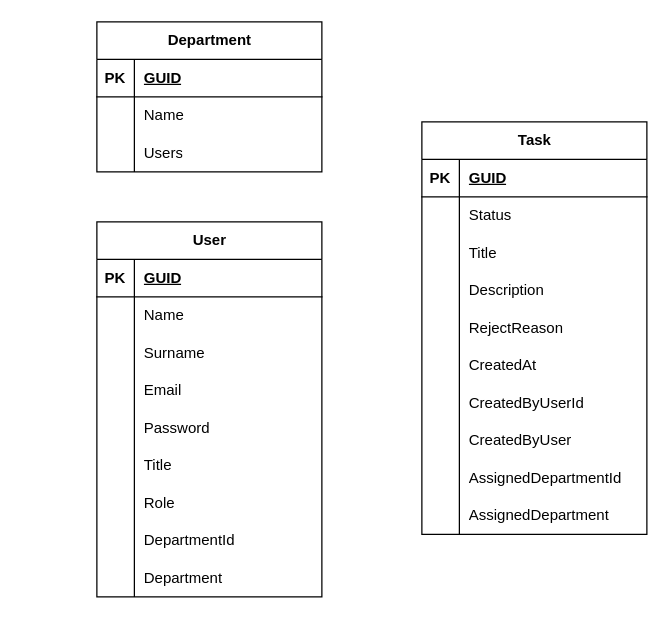
The draw.io diagram Diagrams/Entities.drawio in abdullahogul/TKTInternshipProject, before the edit. Source tidied: cells renumbered, new cells numbered last; positions are measured from the earlier drawing's top-left corner, leaving out a move shared by most shapes. Both pictures are drawn from the tidied source at 125%, with x=0, y=0 at pixel (96, 21).
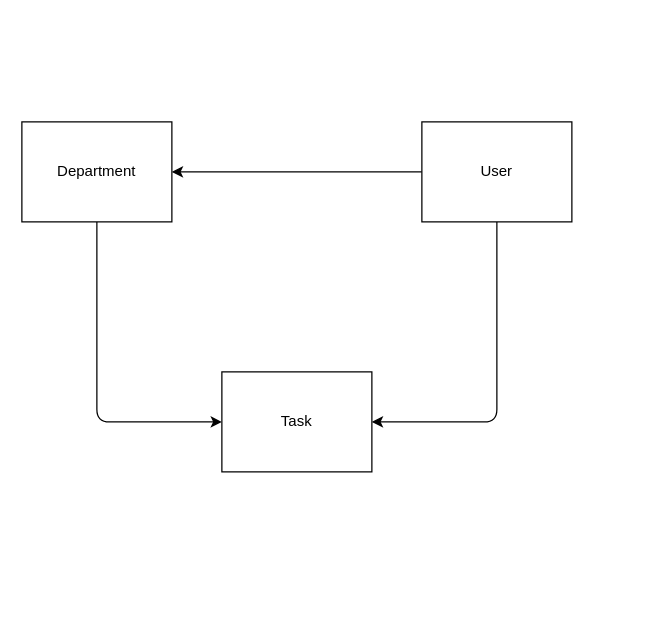
The same page after the edit.

What changed in the source:
```diff
@@
+    <mxCell id="73" style="edgeStyle=none;html=1;entryX=1;entryY=0.5;entryDx=0;entryDy=0;" parent="1" edge="1" source="2" target="76">
+      <mxGeometry relative="1" as="geometry" />
+    </mxCell>
+    <mxCell id="74" style="edgeStyle=none;html=1;entryX=1;entryY=0.5;entryDx=0;entryDy=0;" parent="1" edge="1" source="2" target="40">
+      <mxGeometry relative="1" as="geometry">
+        <Array as="points">
+          <mxPoint x="320" y="320" />
+        </Array>
+      </mxGeometry>
+    </mxCell>
-    <mxCell id="2" value="User" style="shape=table;startSize=30;childLayout=tableLayout;rowLines=0;fontStyle=1;align=center;html=1;" parent="1" vertex="1">
-      <mxGeometry y="160" width="180" height="300" as="geometry" />
+    <mxCell id="2" value="User" style="rounded=0;whiteSpace=wrap;html=1;" parent="1" vertex="1">
+      <mxGeometry x="260" y="80" width="120" height="80" as="geometry" />
     </mxCell>
-    <mxCell id="3" style="shape=tableRow;horizontal=0;startSize=0;swimlaneHead=0;swimlaneBody=0;fillColor=none;top=0;left=0;right=0;bottom=1;" parent="2" vertex="1">
-      <mxGeometry y="30" width="180" height="30" as="geometry" />
-    </mxCell>
-    <mxCell id="4" value="PK" style="shape=partialRectangle;fillColor=none;top=0;left=0;bottom=0;right=0;fontStyle=1;overflow=hidden;whiteSpace=wrap;html=1;" parent="3" vertex="1">
-      <mxGeometry width="30" height="30" as="geometry" />
-    </mxCell>
-    <mxCell id="5" value="GUID" style="shape=partialRectangle;fillColor=none;top=0;left=0;bottom=0;right=0;align=left;spacingLeft=6;fontStyle=5;overflow=hidden;whiteSpace=wrap;html=1;" parent="3" vertex="1">
-      <mxGeometry x="30" width="150" height="30" as="geometry" />
-    </mxCell>
-    <mxCell id="6" style="shape=tableRow;horizontal=0;startSize=0;swimlaneHead=0;swimlaneBody=0;fillColor=none;top=0;left=0;right=0;bottom=0;" parent="2" vertex="1">
-      <mxGeometry y="60" width="180" height="30" as="geometry" />
-    </mxCell>
-    <mxCell id="7" style="shape=partialRectangle;fillColor=none;top=0;left=0;bottom=0;right=0;overflow=hidden;whiteSpace=wrap;html=1;" parent="6" vertex="1">
-      <mxGeometry width="30" height="30" as="geometry" />
-    </mxCell>
-    <mxCell id="8" value="Name" style="shape=partialRectangle;fillColor=none;top=0;left=0;bottom=0;right=0;align=left;spacingLeft=6;overflow=hidden;whiteSpace=wrap;html=1;" parent="6" vertex="1">
-      <mxGeometry x="30" width="150" height="30" as="geometry" />
-    </mxCell>
-    <mxCell id="9" style="shape=tableRow;horizontal=0;startSize=0;swimlaneHead=0;swimlaneBody=0;fillColor=none;top=0;left=0;right=0;bottom=0;" parent="2" vertex="1">
-      <mxGeometry y="90" width="180" height="30" as="geometry" />
-    </mxCell>
-    <mxCell id="10" style="shape=partialRectangle;fillColor=none;top=0;left=0;bottom=0;right=0;overflow=hidden;whiteSpace=wrap;html=1;" parent="9" vertex="1">
-      <mxGeometry width="30" height="30" as="geometry" />
-    </mxCell>
-    <mxCell id="11" value="Surname" style="shape=partialRectangle;fillColor=none;top=0;left=0;bottom=0;right=0;align=left;spacingLeft=6;overflow=hidden;whiteSpace=wrap;html=1;" parent="9" vertex="1">
-      <mxGeometry x="30" width="150" height="30" as="geometry" />
-    </mxCell>
-    <mxCell id="12" style="shape=tableRow;horizontal=0;startSize=0;swimlaneHead=0;swimlaneBody=0;fillColor=none;top=0;left=0;right=0;bottom=0;" parent="2" vertex="1">
-      <mxGeometry y="120" width="180" height="30" as="geometry" />
-    </mxCell>
-    <mxCell id="13" style="shape=partialRectangle;fillColor=none;top=0;left=0;bottom=0;right=0;overflow=hidden;whiteSpace=wrap;html=1;" parent="12" vertex="1">
-      <mxGeometry width="30" height="30" as="geometry" />
-    </mxCell>
-    <mxCell id="14" value="Email" style="shape=partialRectangle;fillColor=none;top=0;left=0;bottom=0;right=0;align=left;spacingLeft=6;overflow=hidden;whiteSpace=wrap;html=1;" parent="12" vertex="1">
-      <mxGeometry x="30" width="150" height="30" as="geometry" />
-    </mxCell>
-    <mxCell id="15" style="shape=tableRow;horizontal=0;startSize=0;swimlaneHead=0;swimlaneBody=0;fillColor=none;top=0;left=0;right=0;bottom=0;" parent="2" vertex="1">
-      <mxGeometry y="150" width="180" height="30" as="geometry" />
-    </mxCell>
-    <mxCell id="16" style="shape=partialRectangle;fillColor=none;top=0;left=0;bottom=0;right=0;overflow=hidden;whiteSpace=wrap;html=1;" parent="15" vertex="1">
-      <mxGeometry width="30" height="30" as="geometry" />
-    </mxCell>
-    <mxCell id="17" value="Password" style="shape=partialRectangle;fillColor=none;top=0;left=0;bottom=0;right=0;align=left;spacingLeft=6;overflow=hidden;whiteSpace=wrap;html=1;" parent="15" vertex="1">
-      <mxGeometry x="30" width="150" height="30" as="geometry" />
-    </mxCell>
-    <mxCell id="18" style="shape=tableRow;horizontal=0;startSize=0;swimlaneHead=0;swimlaneBody=0;fillColor=none;top=0;left=0;right=0;bottom=0;" parent="2" vertex="1">
-      <mxGeometry y="180" width="180" height="30" as="geometry" />
-    </mxCell>
-    <mxCell id="19" style="shape=partialRectangle;fillColor=none;top=0;left=0;bottom=0;right=0;overflow=hidden;whiteSpace=wrap;html=1;" parent="18" vertex="1">
-      <mxGeometry width="30" height="30" as="geometry" />
-    </mxCell>
-    <mxCell id="20" value="Title" style="shape=partialRectangle;fillColor=none;top=0;left=0;bottom=0;right=0;align=left;spacingLeft=6;overflow=hidden;whiteSpace=wrap;html=1;" parent="18" vertex="1">
-      <mxGeometry x="30" width="150" height="30" as="geometry" />
-    </mxCell>
-    <mxCell id="21" style="shape=tableRow;horizontal=0;startSize=0;swimlaneHead=0;swimlaneBody=0;fillColor=none;top=0;left=0;right=0;bottom=0;" parent="2" vertex="1">
-      <mxGeometry y="210" width="180" height="30" as="geometry" />
-    </mxCell>
-    <mxCell id="22" style="shape=partialRectangle;fillColor=none;top=0;left=0;bottom=0;right=0;overflow=hidden;whiteSpace=wrap;html=1;" parent="21" vertex="1">
-      <mxGeometry width="30" height="30" as="geometry" />
-    </mxCell>
-    <mxCell id="23" value="Role" style="shape=partialRectangle;fillColor=none;top=0;left=0;bottom=0;right=0;align=left;spacingLeft=6;overflow=hidden;whiteSpace=wrap;html=1;" parent="21" vertex="1">
-      <mxGeometry x="30" width="150" height="30" as="geometry" />
-    </mxCell>
-    <mxCell id="24" style="shape=tableRow;horizontal=0;startSize=0;swimlaneHead=0;swimlaneBody=0;fillColor=none;top=0;left=0;right=0;bottom=0;" parent="2" vertex="1">
-      <mxGeometry y="240" width="180" height="30" as="geometry" />
-    </mxCell>
-    <mxCell id="25" style="shape=partialRectangle;fillColor=none;top=0;left=0;bottom=0;right=0;overflow=hidden;whiteSpace=wrap;html=1;" parent="24" vertex="1">
-      <mxGeometry width="30" height="30" as="geometry" />
-    </mxCell>
-    <mxCell id="26" value="DepartmentId" style="shape=partialRectangle;fillColor=none;top=0;left=0;bottom=0;right=0;align=left;spacingLeft=6;overflow=hidden;whiteSpace=wrap;html=1;" parent="24" vertex="1">
-      <mxGeometry x="30" width="150" height="30" as="geometry" />
-    </mxCell>
-    <mxCell id="27" style="shape=tableRow;horizontal=0;startSize=0;swimlaneHead=0;swimlaneBody=0;fillColor=none;top=0;left=0;right=0;bottom=0;" parent="2" vertex="1">
-      <mxGeometry y="270" width="180" height="30" as="geometry" />
-    </mxCell>
-    <mxCell id="28" style="shape=partialRectangle;fillColor=none;top=0;left=0;bottom=0;right=0;overflow=hidden;whiteSpace=wrap;html=1;" parent="27" vertex="1">
-      <mxGeometry width="30" height="30" as="geometry" />
-    </mxCell>
-    <mxCell id="29" value="Department" style="shape=partialRectangle;fillColor=none;top=0;left=0;bottom=0;right=0;align=left;spacingLeft=6;overflow=hidden;whiteSpace=wrap;html=1;" parent="27" vertex="1">
-      <mxGeometry x="30" width="150" height="30" as="geometry" />
-    </mxCell>
-    <mxCell id="30" value="Department" style="shape=table;startSize=30;childLayout=tableLayout;rowLines=0;fontStyle=1;align=center;html=1;" parent="1" vertex="1">
-      <mxGeometry width="180" height="120" as="geometry" />
-    </mxCell>
-    <mxCell id="31" style="shape=tableRow;horizontal=0;startSize=0;swimlaneHead=0;swimlaneBody=0;fillColor=none;top=0;left=0;right=0;bottom=1;" parent="30" vertex="1">
-      <mxGeometry y="30" width="180" height="30" as="geometry" />
-    </mxCell>
-    <mxCell id="32" value="PK" style="shape=partialRectangle;fillColor=none;top=0;left=0;bottom=0;right=0;fontStyle=1;overflow=hidden;whiteSpace=wrap;html=1;" parent="31" vertex="1">
-      <mxGeometry width="30" height="30" as="geometry" />
-    </mxCell>
-    <mxCell id="33" value="GUID" style="shape=partialRectangle;fillColor=none;top=0;left=0;bottom=0;right=0;align=left;spacingLeft=6;fontStyle=5;overflow=hidden;whiteSpace=wrap;html=1;" parent="31" vertex="1">
-      <mxGeometry x="30" width="150" height="30" as="geometry" />
-    </mxCell>
-    <mxCell id="34" style="shape=tableRow;horizontal=0;startSize=0;swimlaneHead=0;swimlaneBody=0;fillColor=none;top=0;left=0;right=0;bottom=0;" parent="30" vertex="1">
-      <mxGeometry y="60" width="180" height="30" as="geometry" />
-    </mxCell>
-    <mxCell id="35" style="shape=partialRectangle;fillColor=none;top=0;left=0;bottom=0;right=0;overflow=hidden;whiteSpace=wrap;html=1;" parent="34" vertex="1">
-      <mxGeometry width="30" height="30" as="geometry" />
-    </mxCell>
-    <mxCell id="36" value="Name" style="shape=partialRectangle;fillColor=none;top=0;left=0;bottom=0;right=0;align=left;spacingLeft=6;overflow=hidden;whiteSpace=wrap;html=1;" parent="34" vertex="1">
-      <mxGeometry x="30" width="150" height="30" as="geometry" />
-    </mxCell>
-    <mxCell id="37" style="shape=tableRow;horizontal=0;startSize=0;swimlaneHead=0;swimlaneBody=0;fillColor=none;top=0;left=0;right=0;bottom=0;" parent="30" vertex="1">
-      <mxGeometry y="90" width="180" height="30" as="geometry" />
-    </mxCell>
-    <mxCell id="38" style="shape=partialRectangle;fillColor=none;top=0;left=0;bottom=0;right=0;overflow=hidden;whiteSpace=wrap;html=1;" parent="37" vertex="1">
-      <mxGeometry width="30" height="30" as="geometry" />
-    </mxCell>
-    <mxCell id="39" value="Users" style="shape=partialRectangle;fillColor=none;top=0;left=0;bottom=0;right=0;align=left;spacingLeft=6;overflow=hidden;whiteSpace=wrap;html=1;" parent="37" vertex="1">
-      <mxGeometry x="30" width="150" height="30" as="geometry" />
-    </mxCell>
+    <mxCell id="75" style="edgeStyle=none;html=1;entryX=0;entryY=0.5;entryDx=0;entryDy=0;" parent="1" edge="1" source="76" target="40">
+      <mxGeometry relative="1" as="geometry">
+        <Array as="points">
+          <mxPoint y="320" />
+        </Array>
+      </mxGeometry>
+    </mxCell>
+    <mxCell id="76" value="Department" style="rounded=0;whiteSpace=wrap;html=1;" parent="1" vertex="1">
+      <mxGeometry x="-60" y="80" width="120" height="80" as="geometry" />
+    </mxCell>
-    <mxCell id="40" value="Task" style="shape=table;startSize=30;childLayout=tableLayout;rowLines=0;fontStyle=1;align=center;html=1;" parent="1" vertex="1">
-      <mxGeometry x="260" y="80" width="180" height="330" as="geometry" />
+    <mxCell id="40" value="Task" style="rounded=0;whiteSpace=wrap;html=1;" parent="1" vertex="1">
+      <mxGeometry x="100" y="280" width="120" height="80" as="geometry" />
     </mxCell>
-    <mxCell id="41" style="shape=tableRow;horizontal=0;startSize=0;swimlaneHead=0;swimlaneBody=0;fillColor=none;top=0;left=0;right=0;bottom=1;" parent="40" vertex="1">
-      <mxGeometry y="30" width="180" height="30" as="geometry" />
-    </mxCell>
-    <mxCell id="42" value="PK" style="shape=partialRectangle;fillColor=none;top=0;left=0;bottom=0;right=0;fontStyle=1;overflow=hidden;whiteSpace=wrap;html=1;" parent="41" vertex="1">
-      <mxGeometry width="30" height="30" as="geometry" />
-    </mxCell>
-    <mxCell id="43" value="GUID" style="shape=partialRectangle;fillColor=none;top=0;left=0;bottom=0;right=0;align=left;spacingLeft=6;fontStyle=5;overflow=hidden;whiteSpace=wrap;html=1;" parent="41" vertex="1">
-      <mxGeometry x="30" width="150" height="30" as="geometry" />
-    </mxCell>
-    <mxCell id="44" style="shape=tableRow;horizontal=0;startSize=0;swimlaneHead=0;swimlaneBody=0;fillColor=none;top=0;left=0;right=0;bottom=0;" parent="40" vertex="1">
-      <mxGeometry y="60" width="180" height="30" as="geometry" />
-    </mxCell>
-    <mxCell id="45" style="shape=partialRectangle;fillColor=none;top=0;left=0;bottom=0;right=0;overflow=hidden;whiteSpace=wrap;html=1;" parent="44" vertex="1">
-      <mxGeometry width="30" height="30" as="geometry" />
-    </mxCell>
-    <mxCell id="46" value="Status&lt;span style=&quot;white-space: pre;&quot;&gt;&#9;&lt;/span&gt;&lt;span style=&quot;white-space: pre;&quot;&gt;&#9;&lt;/span&gt;" style="shape=partialRectangle;fillColor=none;top=0;left=0;bottom=0;right=0;align=left;spacingLeft=6;overflow=hidden;whiteSpace=wrap;html=1;" parent="44" vertex="1">
-      <mxGeometry x="30" width="150" height="30" as="geometry" />
-    </mxCell>
-    <mxCell id="47" style="shape=tableRow;horizontal=0;startSize=0;swimlaneHead=0;swimlaneBody=0;fillColor=none;top=0;left=0;right=0;bottom=0;" parent="40" vertex="1">
-      <mxGeometry y="90" width="180" height="30" as="geometry" />
-    </mxCell>
-    <mxCell id="48" style="shape=partialRectangle;fillColor=none;top=0;left=0;bottom=0;right=0;overflow=hidden;whiteSpace=wrap;html=1;" parent="47" vertex="1">
-      <mxGeometry width="30" height="30" as="geometry" />
-    </mxCell>
-    <mxCell id="49" value="Title" style="shape=partialRectangle;fillColor=none;top=0;left=0;bottom=0;right=0;align=left;spacingLeft=6;overflow=hidden;whiteSpace=wrap;html=1;" parent="47" vertex="1">
-      <mxGeometry x="30" width="150" height="30" as="geometry" />
-    </mxCell>
-    <mxCell id="50" style="shape=tableRow;horizontal=0;startSize=0;swimlaneHead=0;swimlaneBody=0;fillColor=none;top=0;left=0;right=0;bottom=0;" parent="40" vertex="1">
-      <mxGeometry y="120" width="180" height="30" as="geometry" />
-    </mxCell>
-    <mxCell id="51" style="shape=partialRectangle;fillColor=none;top=0;left=0;bottom=0;right=0;overflow=hidden;whiteSpace=wrap;html=1;" parent="50" vertex="1">
-      <mxGeometry width="30" height="30" as="geometry" />
-    </mxCell>
-    <mxCell id="52" value="Description" style="shape=partialRectangle;fillColor=none;top=0;left=0;bottom=0;right=0;align=left;spacingLeft=6;overflow=hidden;whiteSpace=wrap;html=1;" parent="50" vertex="1">
-      <mxGeometry x="30" width="150" height="30" as="geometry" />
-    </mxCell>
-    <mxCell id="53" style="shape=tableRow;horizontal=0;startSize=0;swimlaneHead=0;swimlaneBody=0;fillColor=none;top=0;left=0;right=0;bottom=0;" parent="40" vertex="1">
-      <mxGeometry y="150" width="180" height="30" as="geometry" />
-    </mxCell>
-    <mxCell id="54" style="shape=partialRectangle;fillColor=none;top=0;left=0;bottom=0;right=0;overflow=hidden;whiteSpace=wrap;html=1;" parent="53" vertex="1">
-      <mxGeometry width="30" height="30" as="geometry" />
-    </mxCell>
-    <mxCell id="55" value="RejectReason" style="shape=partialRectangle;fillColor=none;top=0;left=0;bottom=0;right=0;align=left;spacingLeft=6;overflow=hidden;whiteSpace=wrap;html=1;" parent="53" vertex="1">
-      <mxGeometry x="30" width="150" height="30" as="geometry" />
-    </mxCell>
-    <mxCell id="56" style="shape=tableRow;horizontal=0;startSize=0;swimlaneHead=0;swimlaneBody=0;fillColor=none;top=0;left=0;right=0;bottom=0;" parent="40" vertex="1">
-      <mxGeometry y="180" width="180" height="30" as="geometry" />
-    </mxCell>
-    <mxCell id="57" style="shape=partialRectangle;fillColor=none;top=0;left=0;bottom=0;right=0;overflow=hidden;whiteSpace=wrap;html=1;" parent="56" vertex="1">
-      <mxGeometry width="30" height="30" as="geometry" />
-    </mxCell>
-    <mxCell id="58" value="CreatedAt&lt;span style=&quot;white-space: pre;&quot;&gt;&#9;&lt;/span&gt;" style="shape=partialRectangle;fillColor=none;top=0;left=0;bottom=0;right=0;align=left;spacingLeft=6;overflow=hidden;whiteSpace=wrap;html=1;" parent="56" vertex="1">
-      <mxGeometry x="30" width="150" height="30" as="geometry" />
-    </mxCell>
-    <mxCell id="59" style="shape=tableRow;horizontal=0;startSize=0;swimlaneHead=0;swimlaneBody=0;fillColor=none;top=0;left=0;right=0;bottom=0;" parent="40" vertex="1">
-      <mxGeometry y="210" width="180" height="30" as="geometry" />
-    </mxCell>
-    <mxCell id="60" style="shape=partialRectangle;fillColor=none;top=0;left=0;bottom=0;right=0;overflow=hidden;whiteSpace=wrap;html=1;" parent="59" vertex="1">
-      <mxGeometry width="30" height="30" as="geometry" />
-    </mxCell>
-    <mxCell id="61" value="CreatedByUserId" style="shape=partialRectangle;fillColor=none;top=0;left=0;bottom=0;right=0;align=left;spacingLeft=6;overflow=hidden;whiteSpace=wrap;html=1;" parent="59" vertex="1">
-      <mxGeometry x="30" width="150" height="30" as="geometry" />
-    </mxCell>
-    <mxCell id="62" style="shape=tableRow;horizontal=0;startSize=0;swimlaneHead=0;swimlaneBody=0;fillColor=none;top=0;left=0;right=0;bottom=0;" parent="40" vertex="1">
-      <mxGeometry y="240" width="180" height="30" as="geometry" />
-    </mxCell>
-    <mxCell id="63" style="shape=partialRectangle;fillColor=none;top=0;left=0;bottom=0;right=0;overflow=hidden;whiteSpace=wrap;html=1;" parent="62" vertex="1">
-      <mxGeometry width="30" height="30" as="geometry" />
-    </mxCell>
-    <mxCell id="64" value="CreatedByUser" style="shape=partialRectangle;fillColor=none;top=0;left=0;bottom=0;right=0;align=left;spacingLeft=6;overflow=hidden;whiteSpace=wrap;html=1;" parent="62" vertex="1">
-      <mxGeometry x="30" width="150" height="30" as="geometry" />
-    </mxCell>
-    <mxCell id="65" style="shape=tableRow;horizontal=0;startSize=0;swimlaneHead=0;swimlaneBody=0;fillColor=none;top=0;left=0;right=0;bottom=0;" parent="40" vertex="1">
-      <mxGeometry y="270" width="180" height="30" as="geometry" />
-    </mxCell>
-    <mxCell id="66" style="shape=partialRectangle;fillColor=none;top=0;left=0;bottom=0;right=0;overflow=hidden;whiteSpace=wrap;html=1;" parent="65" vertex="1">
-      <mxGeometry width="30" height="30" as="geometry" />
-    </mxCell>
-    <mxCell id="67" value="AssignedDepartmentId" style="shape=partialRectangle;fillColor=none;top=0;left=0;bottom=0;right=0;align=left;spacingLeft=6;overflow=hidden;whiteSpace=wrap;html=1;" parent="65" vertex="1">
-      <mxGeometry x="30" width="150" height="30" as="geometry" />
-    </mxCell>
-    <mxCell id="68" style="shape=tableRow;horizontal=0;startSize=0;swimlaneHead=0;swimlaneBody=0;fillColor=none;top=0;left=0;right=0;bottom=0;" parent="40" vertex="1">
-      <mxGeometry y="300" width="180" height="30" as="geometry" />
-    </mxCell>
-    <mxCell id="69" style="shape=partialRectangle;fillColor=none;top=0;left=0;bottom=0;right=0;overflow=hidden;whiteSpace=wrap;html=1;" parent="68" vertex="1">
-      <mxGeometry width="30" height="30" as="geometry" />
-    </mxCell>
-    <mxCell id="70" value="AssignedDepartment" style="shape=partialRectangle;fillColor=none;top=0;left=0;bottom=0;right=0;align=left;spacingLeft=6;overflow=hidden;whiteSpace=wrap;html=1;" parent="68" vertex="1">
-      <mxGeometry x="30" width="150" height="30" as="geometry" />
-    </mxCell>
-    <mxCell id="71" style="shape=tableRow;horizontal=0;startSize=0;swimlaneHead=0;swimlaneBody=0;fillColor=none;top=0;left=0;right=0;bottom=0;" parent="1" vertex="1">
-      <mxGeometry x="160" y="220" width="160" height="30" as="geometry" />
-    </mxCell>
-    <mxCell id="72" style="shape=partialRectangle;fillColor=none;top=0;left=0;bottom=0;right=0;overflow=hidden;whiteSpace=wrap;html=1;" parent="71" vertex="1">
-      <mxGeometry width="30" height="30" as="geometry" />
-    </mxCell>
```
